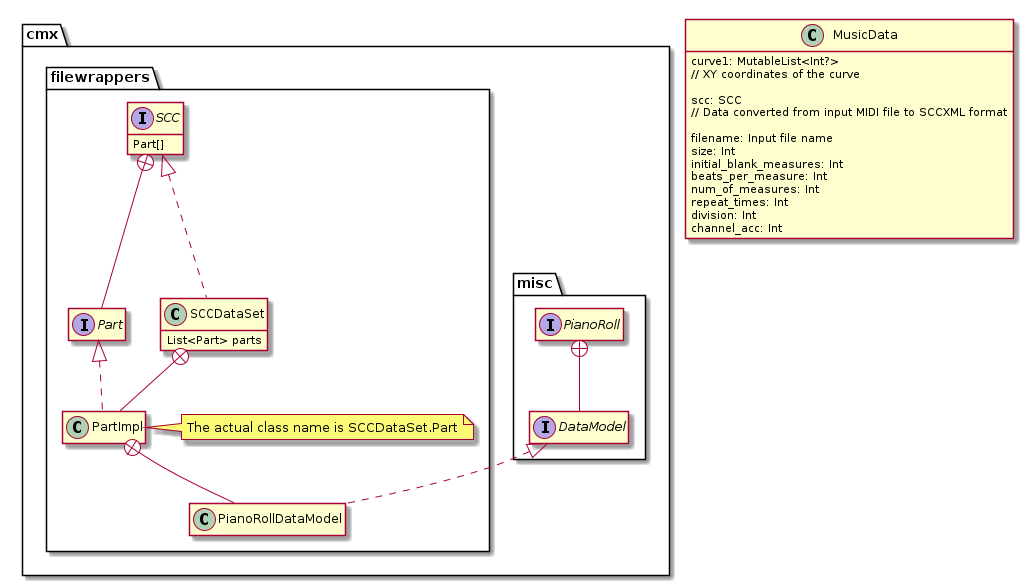
Earlier version of the PlantUML export diagrams/test3.png (fujiij/plantuml).
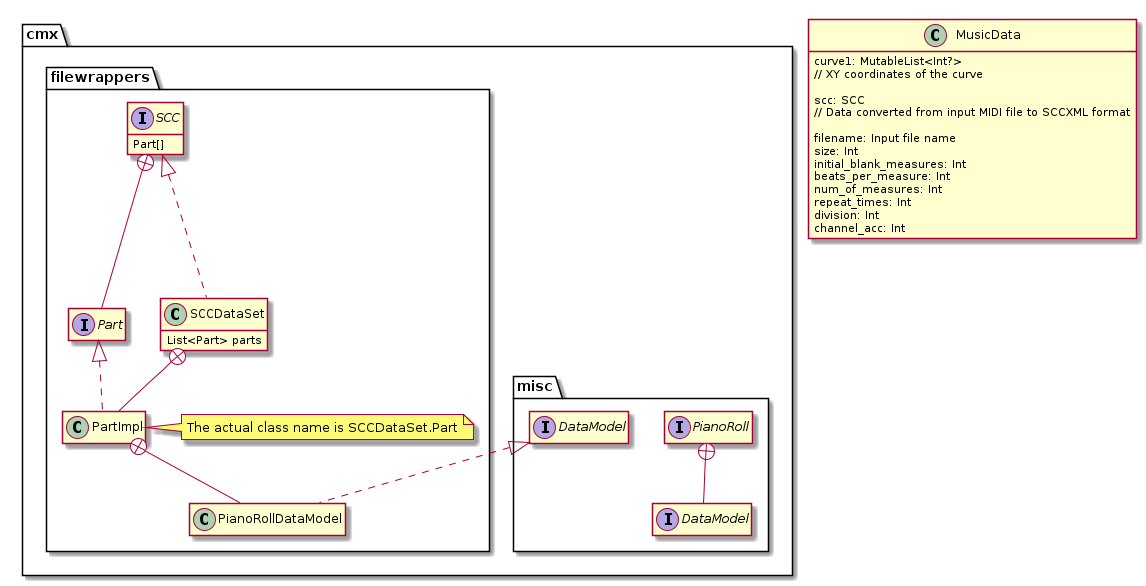
After the commit.

Commit message:
Auto-generate PlantUML diagrams

Diff of the diagram source:
```diff
@@ -40,7 +40,7 @@
             The actual class name is SCCDataSet.Part
         end note
 
-        class PianoRollDataModel implements DataModel
+        class PianoRollDataModel implements misc.DataModel
         PartImpl +-- PianoRollDataModel
     }
 }
```
